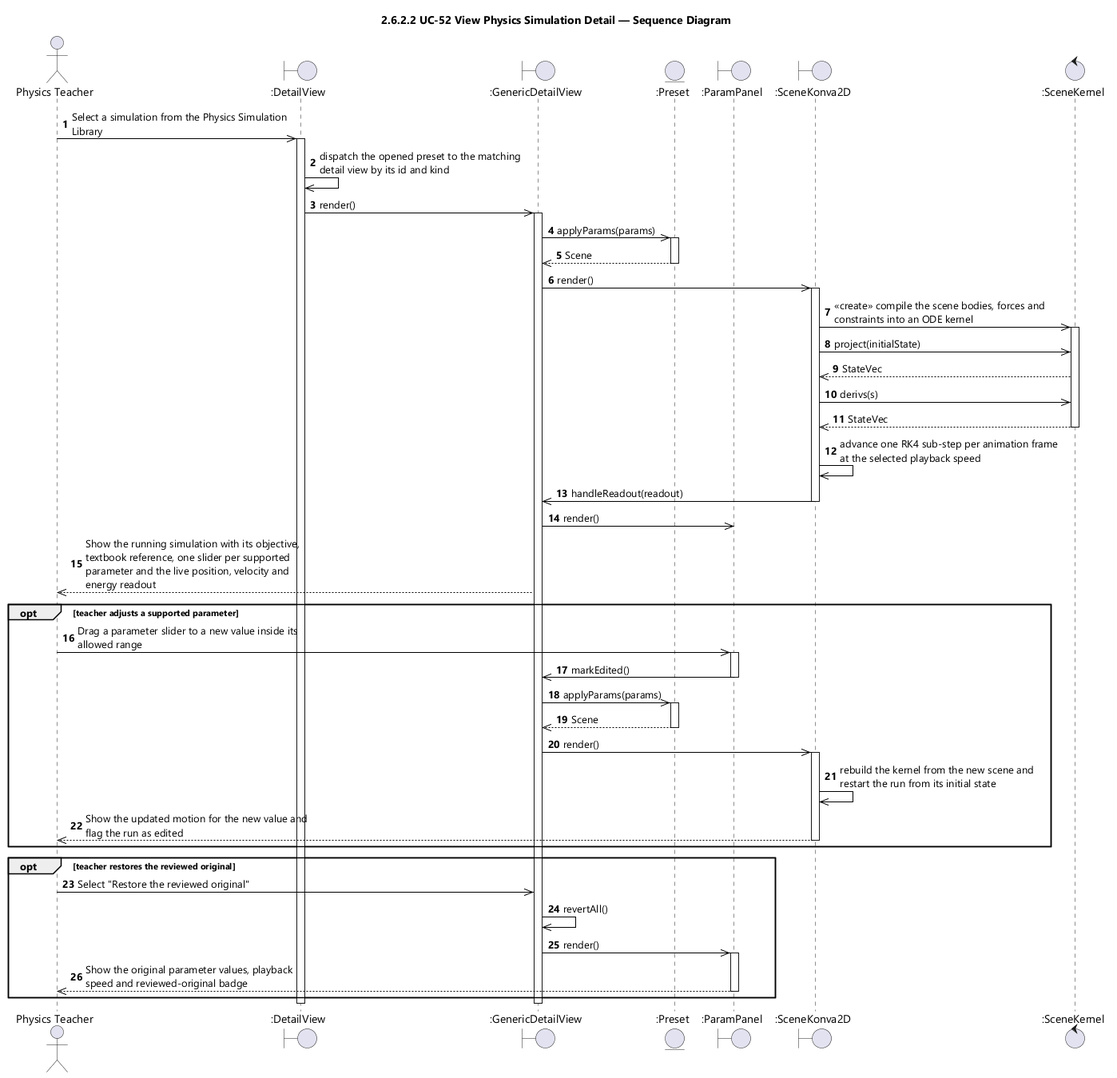
EduA-system/EduA-system keeps this PlantUML diagram as designs/sds-diagrams/uc52/uc52-sequence-diagram-icon.png. Above is the earlier version.
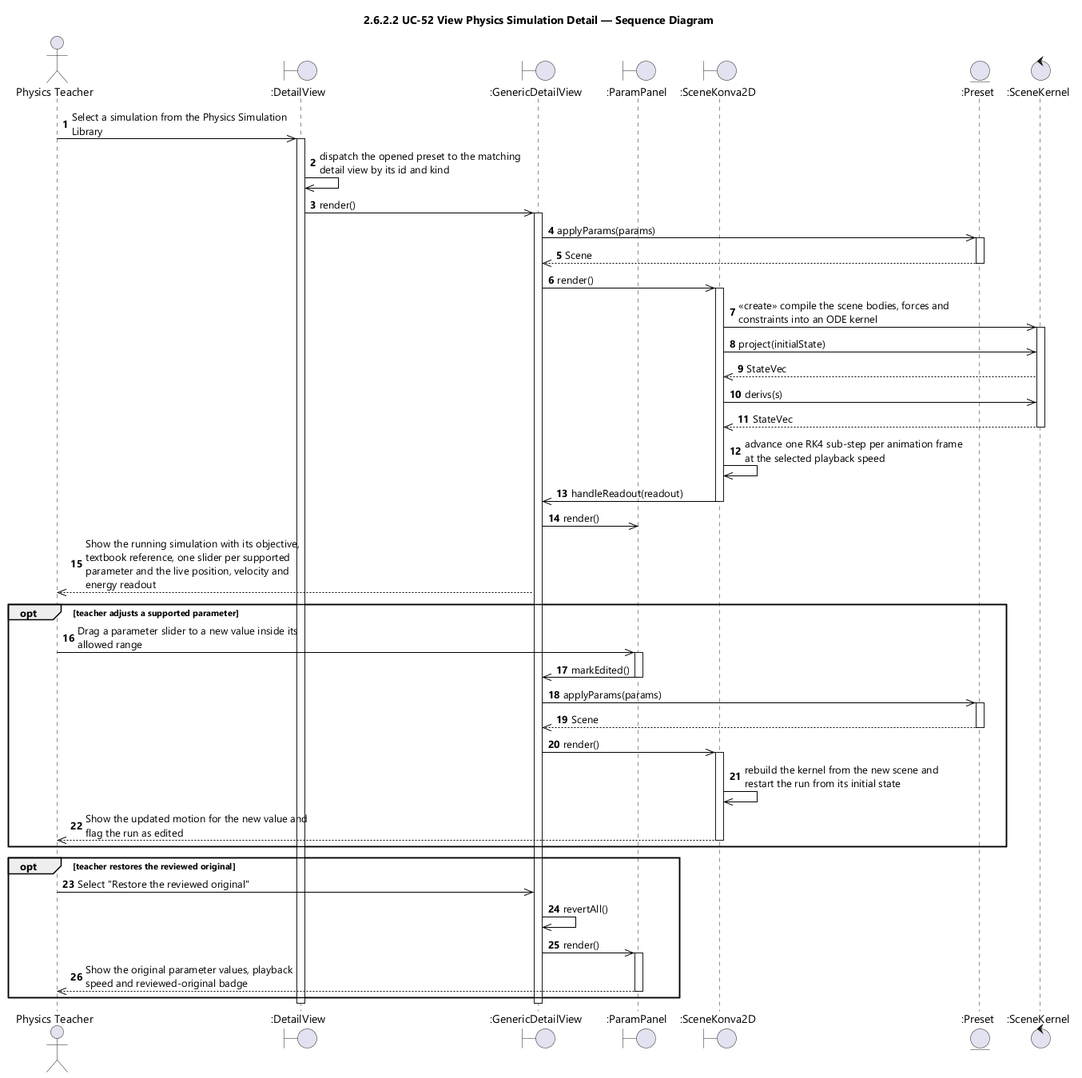
Above is the later version.

What changed in the source:
```diff
@@ -12,9 +12,9 @@
 actor "Physics Teacher" as Teacher
 boundary ":DetailView" as DV
 boundary ":GenericDetailView" as GDV
-entity ":Preset" as PRESET
 boundary ":ParamPanel" as PANEL
 boundary ":SceneKonva2D" as CANVAS
+entity ":Preset" as PRESET
 control ":SceneKernel" as KERNEL
 
 autonumber
```
